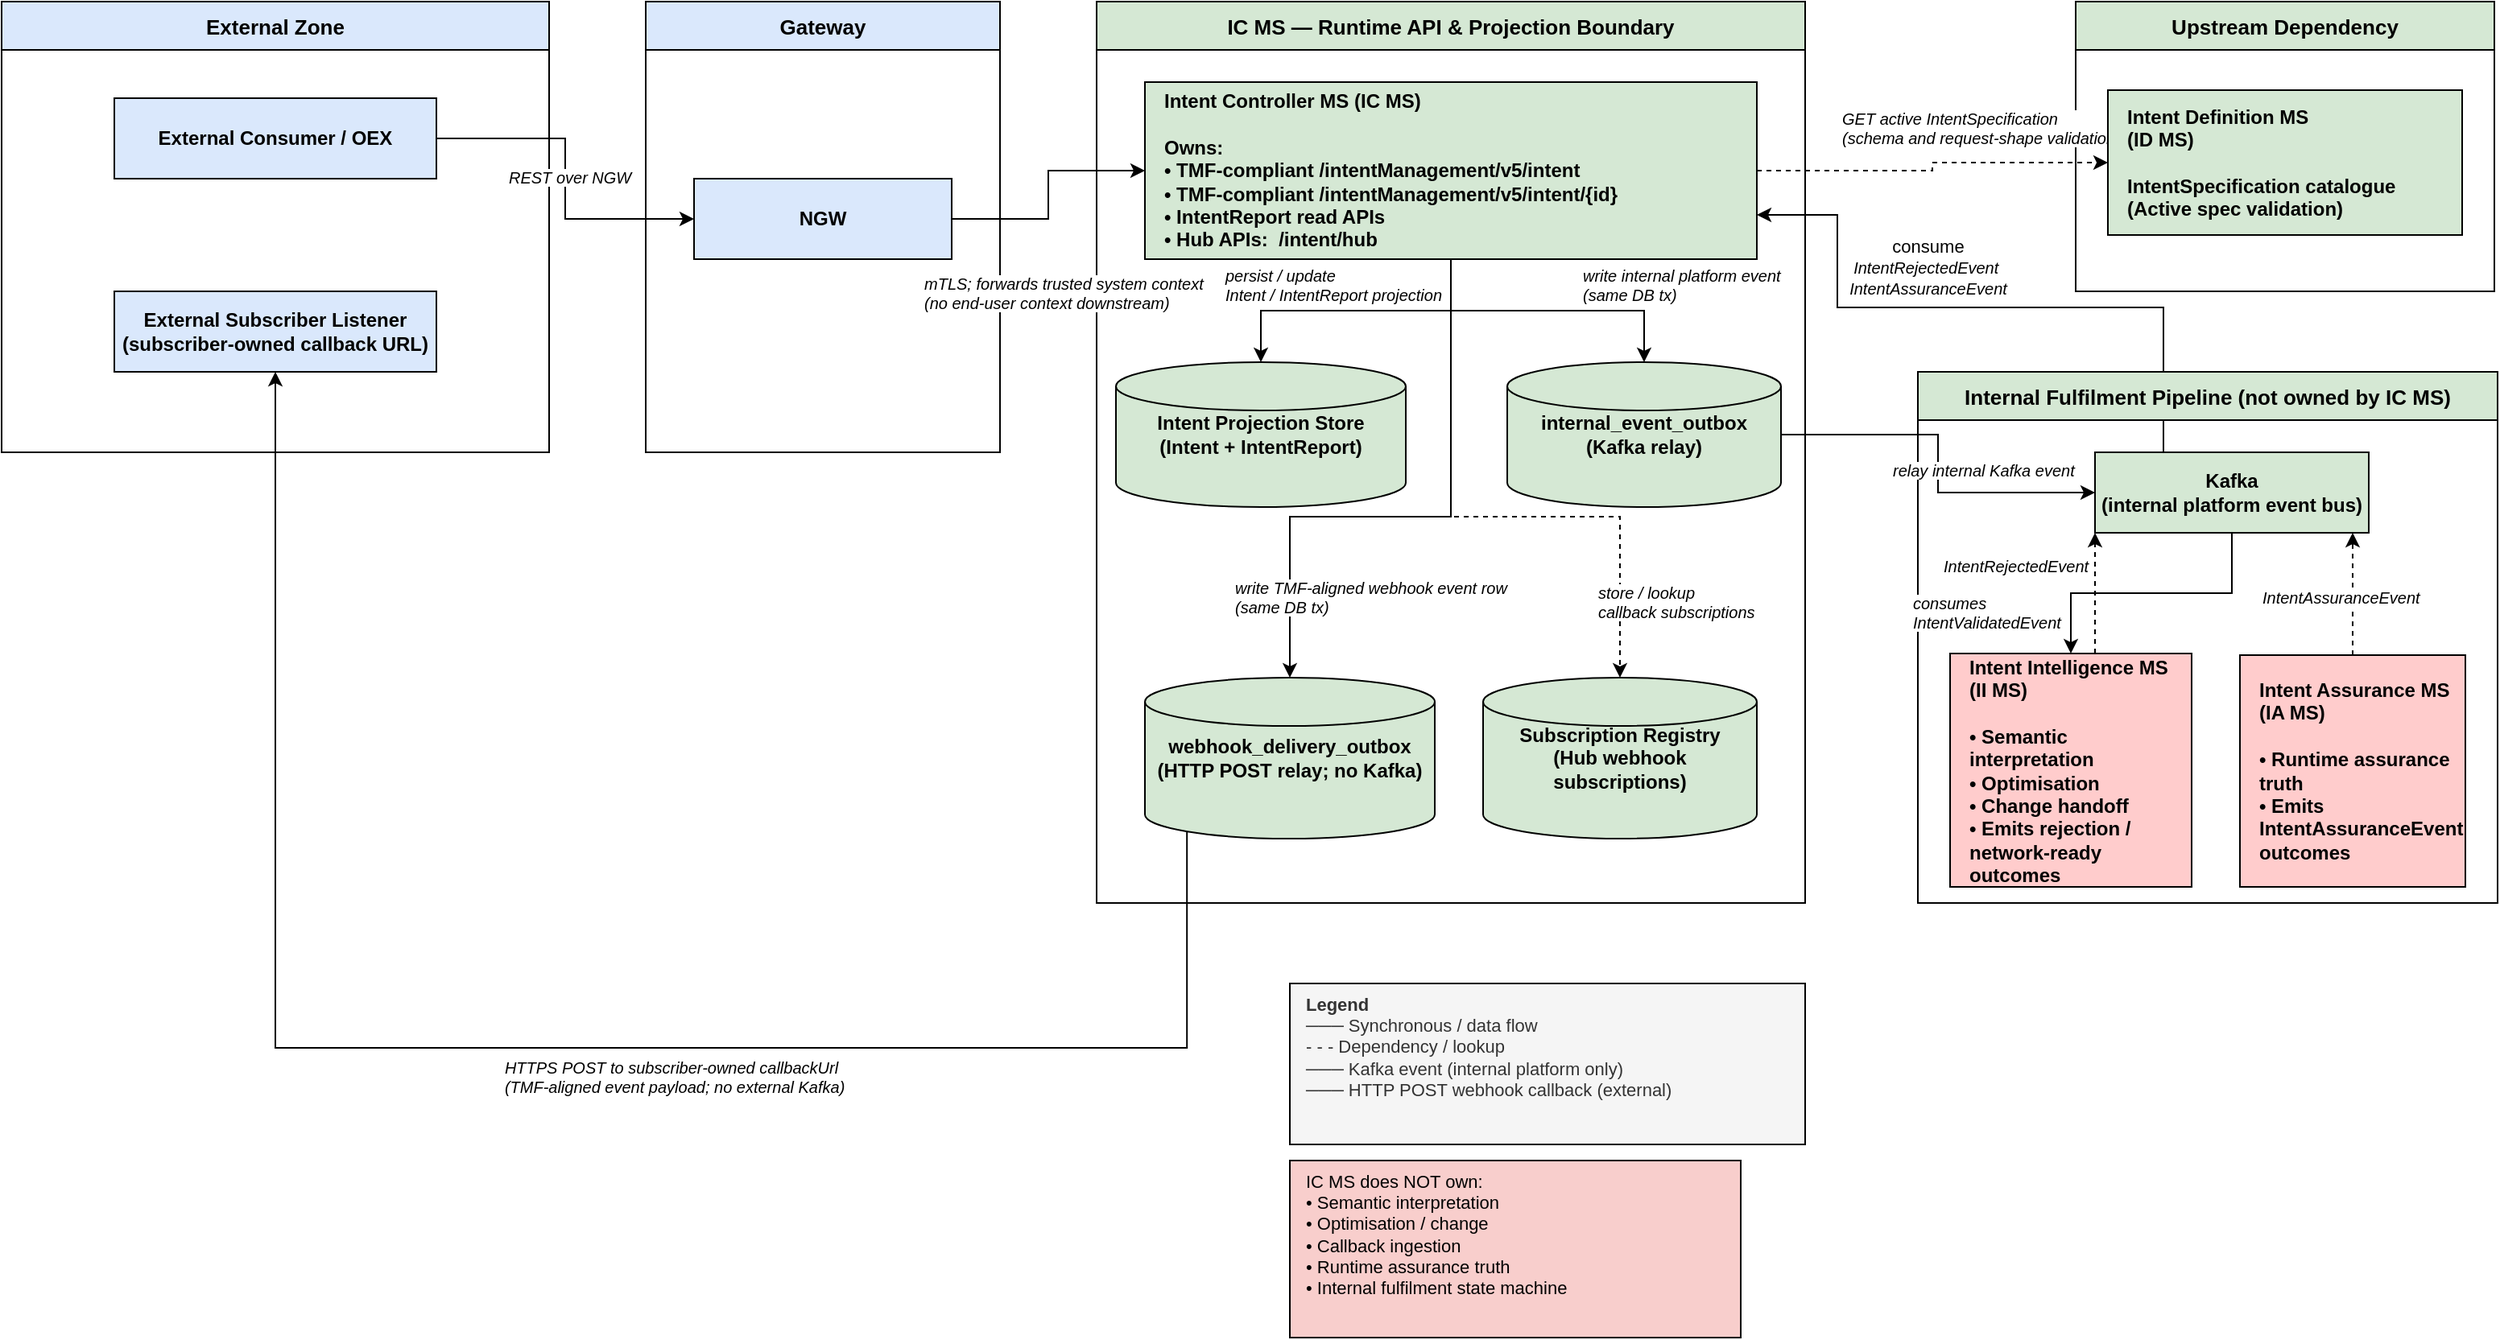
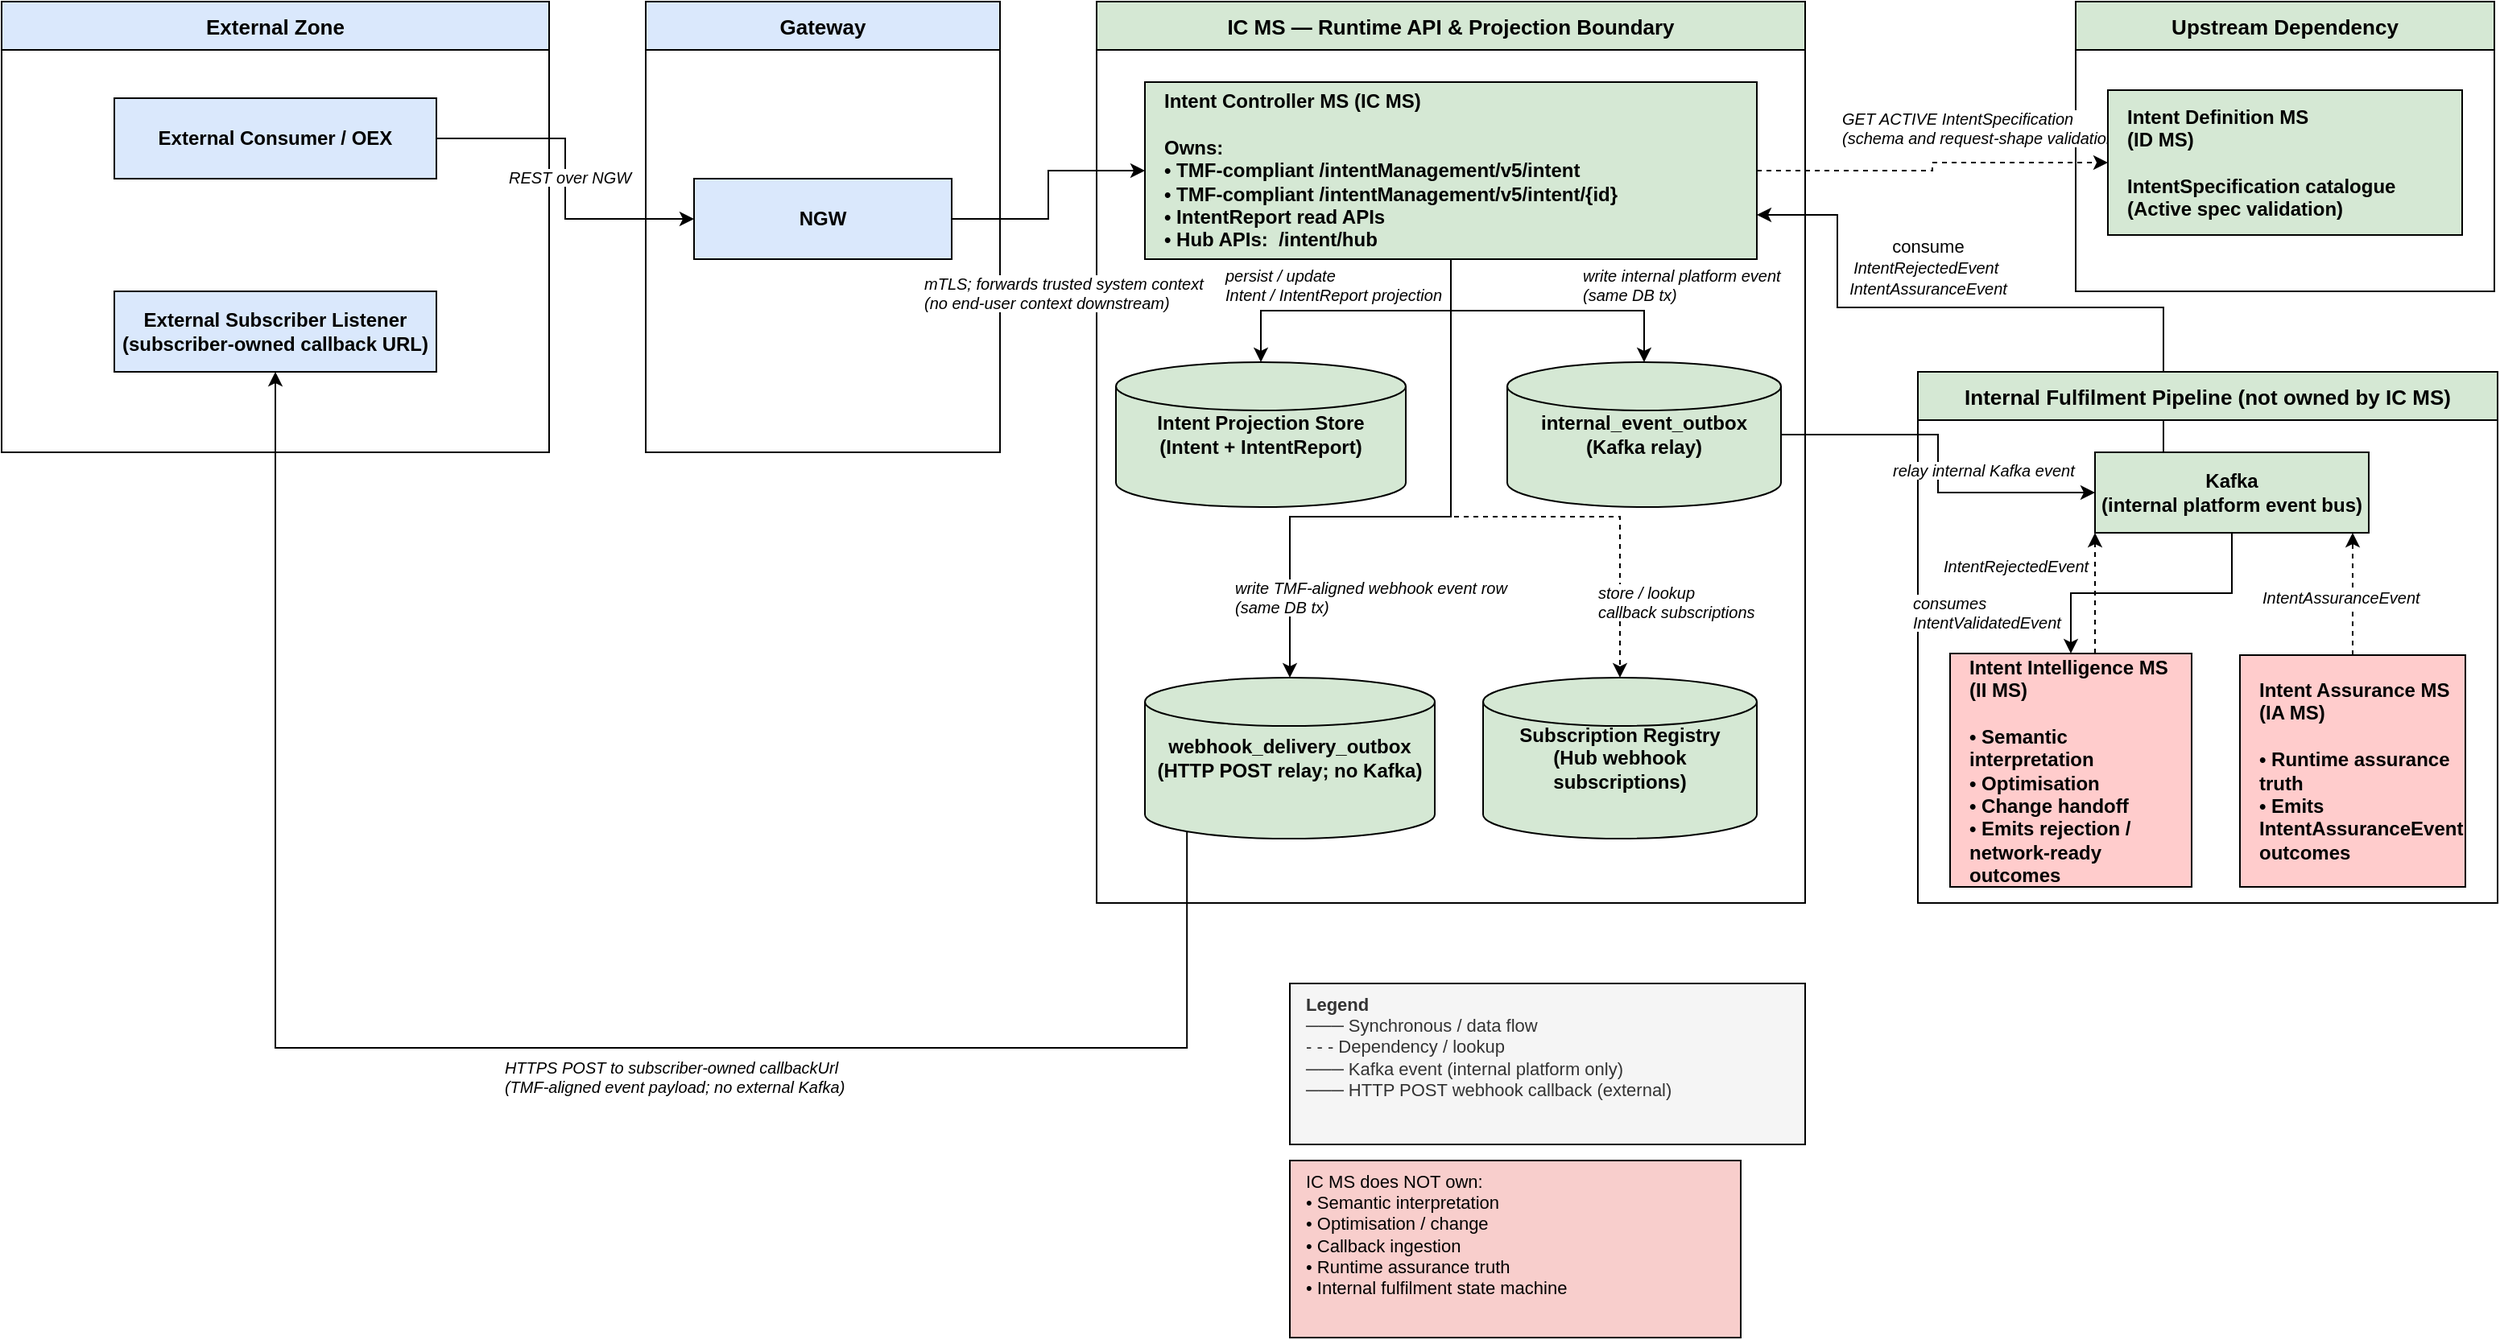
<mxfile host="65bd71144e">
    <diagram name="IC MS - Logical View" id="ic-ms-logical-view">
        <mxGraphModel dx="665" dy="639" grid="1" gridSize="10" guides="1" tooltips="1" connect="1" arrows="1" fold="1" page="1" pageScale="1" pageWidth="1654" pageHeight="1169" math="0" shadow="0" adaptiveColors="none">
            <root>
                <mxCell id="0"/>
                <mxCell id="1" parent="0"/>
                <mxCell id="zone_external" value="External Zone" style="swimlane;startSize=30;fillColor=#dae8fc;strokeColor=default;fontStyle=1;fontSize=13;horizontal=1;container=0;rounded=0;" parent="1" vertex="1">
                    <mxGeometry x="40" y="40" width="340" height="280" as="geometry"/>
                </mxCell>
                <mxCell id="zone_gateway" value="Gateway" style="swimlane;startSize=30;fillColor=#dae8fc;strokeColor=default;fontStyle=1;fontSize=13;horizontal=1;container=0;rounded=0;" parent="1" vertex="1">
                    <mxGeometry x="440" y="40" width="220" height="280" as="geometry"/>
                </mxCell>
                <mxCell id="zone_icms" value="IC MS — Runtime API &amp; Projection Boundary" style="swimlane;startSize=30;fillColor=#d5e8d4;strokeColor=default;fontStyle=1;fontSize=13;horizontal=1;container=0;rounded=0;" parent="1" vertex="1">
                    <mxGeometry x="720" y="40" width="440" height="560" as="geometry"/>
                </mxCell>
                <mxCell id="zone_idms" value="Upstream Dependency" style="swimlane;startSize=30;fillColor=#d5e8d4;strokeColor=default;fontStyle=1;fontSize=13;horizontal=1;container=0;rounded=0;" parent="1" vertex="1">
                    <mxGeometry x="1328" y="40" width="260" height="180" as="geometry"/>
                </mxCell>
                <mxCell id="0MlcjW0cjBZ2ITzH3IxV-1" style="edgeStyle=orthogonalEdgeStyle;rounded=0;orthogonalLoop=1;jettySize=auto;html=1;fillColor=#d5e8d4;strokeColor=default;exitX=0.25;exitY=0;exitDx=0;exitDy=0;entryX=1;entryY=0.75;entryDx=0;entryDy=0;" parent="1" source="kafka" target="icms_core" edge="1">
                    <mxGeometry relative="1" as="geometry">
                        <mxPoint x="1400" y="310" as="sourcePoint"/>
                        <mxPoint x="1130" y="230" as="targetPoint"/>
                        <Array as="points">
                            <mxPoint x="1383" y="230"/>
                            <mxPoint x="1180" y="230"/>
                            <mxPoint x="1180" y="173"/>
                        </Array>
                    </mxGeometry>
                </mxCell>
                <mxCell id="2" value="consume&lt;div&gt;&lt;span style=&quot;color: rgb(0, 0, 0); font-size: 10px; font-style: italic; text-align: left;&quot;&gt;IntentRejectedEvent&amp;nbsp;&lt;br&gt;&lt;span style=&quot;color: rgb(0, 0, 0);&quot;&gt;IntentAssuranceEvent&lt;/span&gt;&lt;/span&gt;&lt;/div&gt;" style="edgeLabel;html=1;align=center;verticalAlign=middle;resizable=0;points=[];rounded=0;" parent="0MlcjW0cjBZ2ITzH3IxV-1" vertex="1" connectable="0">
                    <mxGeometry x="0.4455" y="-1" relative="1" as="geometry">
                        <mxPoint x="52" y="-24" as="offset"/>
                    </mxGeometry>
                </mxCell>
                <mxCell id="zone_internal" value="Internal Fulfilment Pipeline (not owned by IC MS)" style="swimlane;startSize=30;fillColor=#d5e8d4;strokeColor=default;fontStyle=1;fontSize=13;horizontal=1;container=0;rounded=0;" parent="1" vertex="1">
                    <mxGeometry x="1230" y="270" width="360" height="330" as="geometry"/>
                </mxCell>
                <mxCell id="e1" style="edgeStyle=orthogonalEdgeStyle;rounded=0;" parent="1" source="ext_consumer" target="gateway" edge="1">
                    <mxGeometry relative="1" as="geometry"/>
                </mxCell>
                <mxCell id="e1_lbl" value="REST over NGW" style="edgeLabel;fontSize=10;fontStyle=2;container=0;rounded=0;" parent="e1" connectable="0" vertex="1">
                    <mxGeometry relative="0.5" as="geometry">
                        <mxPoint x="-37" y="-13" as="offset"/>
                    </mxGeometry>
                </mxCell>
                <mxCell id="e2" style="edgeStyle=orthogonalEdgeStyle;rounded=0;" parent="1" source="gateway" target="icms_core" edge="1">
                    <mxGeometry relative="1" as="geometry"/>
                </mxCell>
                <mxCell id="e2_lbl" value="mTLS; forwards trusted system context&#xa;(no end-user context downstream)" style="edgeLabel;fontSize=10;fontStyle=2;container=0;rounded=0;" parent="e2" connectable="0" vertex="1">
                    <mxGeometry relative="0.5" as="geometry">
                        <mxPoint x="-79" y="43" as="offset"/>
                    </mxGeometry>
                </mxCell>
                <mxCell id="e3" style="edgeStyle=orthogonalEdgeStyle;rounded=0;dashed=1;fillColor=#d5e8d4;strokeColor=default;" parent="1" source="icms_core" target="idms" edge="1">
                    <mxGeometry relative="1" as="geometry"/>
                </mxCell>
-                 <mxCell id="e3_lbl" value="GET active IntentSpecification&#xa;(schema and request-shape validation)" style="edgeLabel;fontSize=10;fontStyle=2;container=0;rounded=0;" parent="e3" connectable="0" vertex="1">
+                 <mxCell id="e3_lbl" value="GET ACTIVE IntentSpecification&#xa;(schema and request-shape validation)" style="edgeLabel;fontSize=10;fontStyle=2;container=0;rounded=0;" parent="e3" connectable="0" vertex="1">
                    <mxGeometry relative="0.5" as="geometry">
                        <mxPoint x="-58" y="-42" as="offset"/>
                    </mxGeometry>
                </mxCell>
                <mxCell id="e4" style="edgeStyle=orthogonalEdgeStyle;rounded=0;fillColor=#d5e8d4;strokeColor=default;" parent="1" source="icms_core" target="intent_store" edge="1">
                    <mxGeometry relative="1" as="geometry"/>
                </mxCell>
                <mxCell id="e4_lbl" value="persist / update&#xa;Intent / IntentReport projection" style="edgeLabel;fontSize=10;fontStyle=2;container=0;rounded=0;" parent="e4" connectable="0" vertex="1">
                    <mxGeometry relative="0.5" as="geometry">
                        <mxPoint x="-83" y="-34" as="offset"/>
                    </mxGeometry>
                </mxCell>
                <mxCell id="e5" style="edgeStyle=orthogonalEdgeStyle;rounded=0;fillColor=#d5e8d4;strokeColor=default;" parent="1" source="icms_core" target="int_outbox" edge="1">
                    <mxGeometry relative="1" as="geometry"/>
                </mxCell>
                <mxCell id="e5_lbl" value="write internal platform event&#xa;(same DB tx)" style="edgeLabel;fontSize=10;fontStyle=2;container=0;rounded=0;" parent="e5" connectable="0" vertex="1">
                    <mxGeometry relative="0.5" as="geometry">
                        <mxPoint x="20" y="-34" as="offset"/>
                    </mxGeometry>
                </mxCell>
                <mxCell id="e6" style="edgeStyle=orthogonalEdgeStyle;rounded=0;fillColor=#d5e8d4;strokeColor=default;" parent="1" source="int_outbox" target="kafka" edge="1">
                    <mxGeometry relative="1" as="geometry"/>
                </mxCell>
                <mxCell id="e6_lbl" value="relay internal Kafka event" style="edgeLabel;fontSize=10;fontStyle=2;container=0;rounded=0;" parent="e6" connectable="0" vertex="1">
                    <mxGeometry relative="0.5" as="geometry">
                        <mxPoint x="-30" y="-8" as="offset"/>
                    </mxGeometry>
                </mxCell>
                <mxCell id="e7" style="edgeStyle=orthogonalEdgeStyle;rounded=0;fillColor=#d5e8d4;strokeColor=default;" parent="1" source="kafka" target="iims" edge="1">
                    <mxGeometry relative="1" as="geometry"/>
                </mxCell>
                <mxCell id="e7_lbl" value="consumes&#xa;IntentValidatedEvent" style="edgeLabel;fontSize=10;fontStyle=2;container=0;rounded=0;" parent="e7" connectable="0" vertex="1">
                    <mxGeometry relative="0.5" as="geometry">
                        <mxPoint x="-150" y="-6" as="offset"/>
                    </mxGeometry>
                </mxCell>
                <mxCell id="e8" style="edgeStyle=orthogonalEdgeStyle;rounded=0;dashed=1;fillColor=#d5e8d4;strokeColor=default;" parent="1" source="iims" target="kafka" edge="1">
                    <mxGeometry relative="1" as="geometry">
                        <Array as="points">
                            <mxPoint x="1310" y="490"/>
                            <mxPoint x="1380" y="490"/>
                            <mxPoint x="1380" y="360"/>
                        </Array>
                    </mxGeometry>
                </mxCell>
                <mxCell id="e8_lbl" value="IntentRejectedEvent " style="edgeLabel;fontSize=10;fontStyle=2;container=0;rounded=0;" parent="e8" connectable="0" vertex="1">
                    <mxGeometry relative="0.5" as="geometry">
                        <mxPoint x="-96" y="-29" as="offset"/>
                    </mxGeometry>
                </mxCell>
                <mxCell id="e9" style="edgeStyle=orthogonalEdgeStyle;rounded=0;dashed=1;fillColor=#d5e8d4;strokeColor=default;" parent="1" source="iams" target="kafka" edge="1">
                    <mxGeometry relative="1" as="geometry">
                        <Array as="points">
                            <mxPoint x="1450" y="490"/>
                            <mxPoint x="1450" y="360"/>
                        </Array>
                    </mxGeometry>
                </mxCell>
                <mxCell id="e9_lbl" value="IntentAssuranceEvent" style="edgeLabel;fontSize=10;fontStyle=2;container=0;rounded=0;" parent="e9" connectable="0" vertex="1">
                    <mxGeometry relative="0.5" as="geometry">
                        <mxPoint x="-58" y="-10" as="offset"/>
                    </mxGeometry>
                </mxCell>
                <mxCell id="e11" style="edgeStyle=orthogonalEdgeStyle;rounded=0;fillColor=#d5e8d4;strokeColor=default;" parent="1" source="icms_core" target="webhook_outbox" edge="1">
                    <mxGeometry relative="1" as="geometry">
                        <Array as="points">
                            <mxPoint x="940" y="360"/>
                            <mxPoint x="840" y="360"/>
                        </Array>
                    </mxGeometry>
                </mxCell>
                <mxCell id="e11_lbl" value="write TMF-aligned webhook event row&#xa;(same DB tx)" style="edgeLabel;fontSize=10;fontStyle=2;container=0;rounded=0;" parent="e11" connectable="0" vertex="1">
                    <mxGeometry relative="0.5" as="geometry">
                        <mxPoint x="-116" y="32" as="offset"/>
                    </mxGeometry>
                </mxCell>
                <mxCell id="e12" style="edgeStyle=orthogonalEdgeStyle;rounded=0;strokeColor=default;exitX=0.145;exitY=1;exitDx=0;exitDy=-4.35;exitPerimeter=0;" parent="1" source="webhook_outbox" target="ext_subscriber" edge="1">
                    <mxGeometry relative="1" as="geometry">
                        <Array as="points">
                            <mxPoint x="776" y="690"/>
                            <mxPoint x="210" y="690"/>
                        </Array>
                    </mxGeometry>
                </mxCell>
                <mxCell id="e12_lbl" value="HTTPS POST to subscriber-owned callbackUrl&#xa;(TMF-aligned event payload; no external Kafka)" style="edgeLabel;fontSize=10;fontStyle=2;container=0;rounded=0;" parent="e12" connectable="0" vertex="1">
                    <mxGeometry relative="0.5" as="geometry"/>
                </mxCell>
                <mxCell id="e13" style="edgeStyle=orthogonalEdgeStyle;rounded=0;dashed=1;fillColor=#d5e8d4;strokeColor=default;" parent="1" source="icms_core" target="sub_registry" edge="1">
                    <mxGeometry relative="1" as="geometry">
                        <Array as="points">
                            <mxPoint x="940" y="360"/>
                            <mxPoint x="1045" y="360"/>
                        </Array>
                    </mxGeometry>
                </mxCell>
                <mxCell id="e13_lbl" value="store / lookup&#xa;callback subscriptions" style="edgeLabel;fontSize=10;fontStyle=2;container=0;rounded=0;" parent="e13" connectable="0" vertex="1">
                    <mxGeometry relative="0.5" as="geometry">
                        <mxPoint x="67" y="35" as="offset"/>
                    </mxGeometry>
                </mxCell>
                <mxCell id="legend" value="&lt;b&gt;Legend&lt;/b&gt;&#xa;─── Synchronous / data flow&#xa;- - - Dependency / lookup&#xa;─── Kafka event (internal platform only)&#xa;─── HTTP POST webhook callback (external)" style="text;html=1;strokeColor=default;fillColor=#f5f5f5;align=left;verticalAlign=top;spacingLeft=8;fontSize=11;fontColor=#333333;container=0;rounded=0;" parent="1" vertex="1">
                    <mxGeometry x="840" y="650" width="320" height="100" as="geometry"/>
                </mxCell>
                <mxCell id="not_owned_note" value="IC MS does NOT own:&#xa;• Semantic interpretation&#xa;• Optimisation / change&#xa;• Callback ingestion&#xa;• Runtime assurance truth&#xa;• Internal fulfilment state machine" style="text;html=1;strokeColor=default;fillColor=#f8cecc;align=left;verticalAlign=top;spacingLeft=8;fontSize=11;container=0;rounded=0;" parent="1" vertex="1">
                    <mxGeometry x="840" y="760" width="280" height="110" as="geometry"/>
                </mxCell>
                <mxCell id="ext_consumer" value="External Consumer / OEX" style="rounded=0;whiteSpace=wrap;html=1;fillColor=#dae8fc;strokeColor=default;fontStyle=1;fontSize=12;container=0;" parent="1" vertex="1">
                    <mxGeometry x="110" y="100" width="200" height="50" as="geometry"/>
                </mxCell>
                <mxCell id="ext_subscriber" value="External Subscriber Listener&#xa;(subscriber-owned callback URL)" style="rounded=0;whiteSpace=wrap;html=1;fillColor=#dae8fc;strokeColor=default;fontStyle=1;fontSize=12;container=0;" parent="1" vertex="1">
                    <mxGeometry x="110" y="220" width="200" height="50" as="geometry"/>
                </mxCell>
                <mxCell id="gateway" value="NGW" style="rounded=0;whiteSpace=wrap;html=1;fillColor=#dae8fc;strokeColor=default;fontStyle=1;fontSize=12;container=0;" parent="1" vertex="1">
                    <mxGeometry x="470" y="150" width="160" height="50" as="geometry"/>
                </mxCell>
                <mxCell id="icms_core" value="Intent Controller MS (IC MS)&lt;br&gt;&lt;br&gt;Owns:&lt;br&gt;• TMF-compliant /intentManagement/v5/intent&lt;br&gt;• TMF-compliant /intentManagement/v5/intent/{id}&lt;br&gt;• IntentReport read APIs&lt;br&gt;• Hub APIs:&amp;nbsp; /intent/hub" style="rounded=0;whiteSpace=wrap;html=1;fillColor=#d5e8d4;strokeColor=default;fontStyle=1;fontSize=12;align=left;spacingLeft=10;container=0;" parent="1" vertex="1">
                    <mxGeometry x="750" y="90" width="380" height="110" as="geometry"/>
                </mxCell>
                <mxCell id="intent_store" value="Intent Projection Store&#xa;(Intent + IntentReport)" style="shape=cylinder3;whiteSpace=wrap;html=1;fillColor=#d5e8d4;strokeColor=default;fontStyle=1;fontSize=12;container=0;rounded=0;" parent="1" vertex="1">
                    <mxGeometry x="732" y="264" width="180" height="90" as="geometry"/>
                </mxCell>
                <mxCell id="int_outbox" value="internal_event_outbox&#xa;(Kafka relay)" style="shape=cylinder3;whiteSpace=wrap;html=1;fillColor=#d5e8d4;strokeColor=default;fontStyle=1;fontSize=12;container=0;rounded=0;" parent="1" vertex="1">
                    <mxGeometry x="975" y="264" width="170" height="90" as="geometry"/>
                </mxCell>
                <mxCell id="webhook_outbox" value="webhook_delivery_outbox&#xa;(HTTP POST relay; no Kafka)" style="shape=cylinder3;whiteSpace=wrap;html=1;fillColor=#d5e8d4;strokeColor=default;fontStyle=1;fontSize=12;container=0;rounded=0;" parent="1" vertex="1">
                    <mxGeometry x="750" y="460" width="180" height="100" as="geometry"/>
                </mxCell>
                <mxCell id="sub_registry" value="Subscription Registry&#xa;(Hub webhook subscriptions)" style="shape=cylinder3;whiteSpace=wrap;html=1;fillColor=#d5e8d4;strokeColor=default;fontStyle=1;fontSize=12;container=0;rounded=0;" parent="1" vertex="1">
                    <mxGeometry x="960" y="460" width="170" height="100" as="geometry"/>
                </mxCell>
                <mxCell id="idms" value="Intent Definition MS&#xa;(ID MS)&#xa;&#xa;IntentSpecification catalogue&#xa;(Active spec validation)" style="rounded=0;whiteSpace=wrap;html=1;fillColor=#d5e8d4;strokeColor=default;fontStyle=1;fontSize=12;align=left;spacingLeft=10;container=0;" parent="1" vertex="1">
                    <mxGeometry x="1348" y="95" width="220" height="90" as="geometry"/>
                </mxCell>
                <mxCell id="kafka" value="Kafka&#xa;(internal platform event bus)" style="rounded=0;whiteSpace=wrap;html=1;fillColor=#d5e8d4;strokeColor=default;fontStyle=1;fontSize=12;container=0;" parent="1" vertex="1">
                    <mxGeometry x="1340" y="320" width="170" height="50" as="geometry"/>
                </mxCell>
                <mxCell id="iims" value="Intent Intelligence MS&lt;br&gt;(II MS)&lt;br&gt;&lt;br&gt;• Semantic interpretation&lt;br&gt;• Optimisation&lt;br&gt;• Change handoff&lt;br&gt;• Emits rejection / network-ready outcomes" style="rounded=0;whiteSpace=wrap;html=1;fillColor=#ffcccc;strokeColor=default;fontStyle=1;fontSize=12;align=left;spacingLeft=10;container=0;" parent="1" vertex="1">
                    <mxGeometry x="1250" y="445" width="150" height="145" as="geometry"/>
                </mxCell>
                <mxCell id="iams" value="Intent Assurance MS&#xa;(IA MS)&#xa;&#xa;• Runtime assurance truth&#xa;• Emits IntentAssuranceEvent outcomes" style="rounded=0;whiteSpace=wrap;html=1;fillColor=#ffcccc;strokeColor=default;fontStyle=1;fontSize=12;align=left;spacingLeft=10;container=0;" parent="1" vertex="1">
                    <mxGeometry x="1430" y="446" width="140" height="144" as="geometry"/>
                </mxCell>
            </root>
        </mxGraphModel>
    </diagram>
</mxfile>